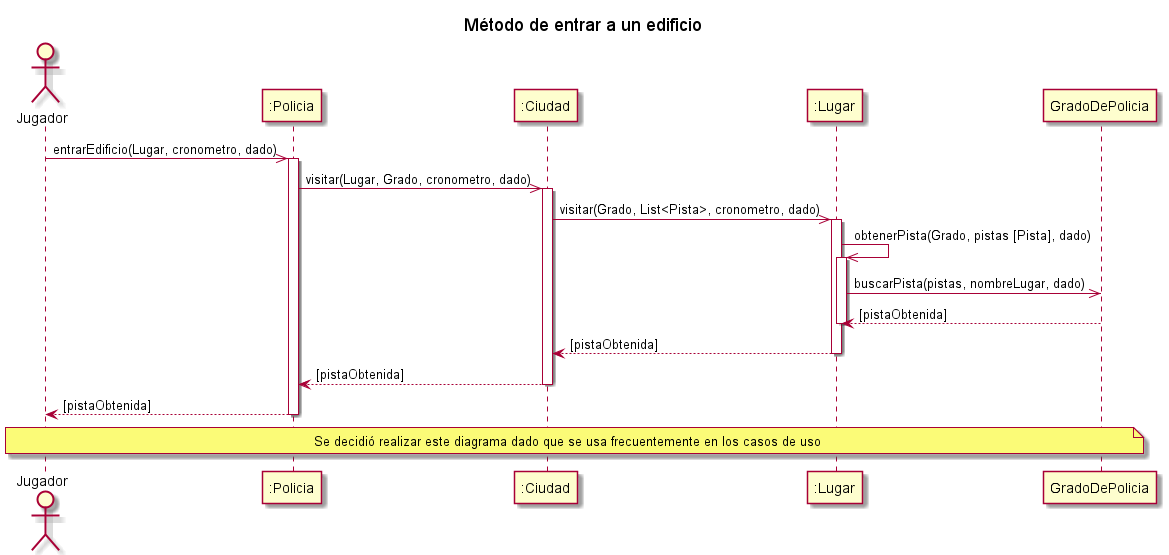
kmu01/Algo3_tp2 keeps this PlantUML diagram as diagrams/sequences/entrega2/DS_EntrarEdificio.png. Above is the earlier version. The source it was exported from:
```plantuml
@startuml
title Método de entrar a un edificio
actor "Jugador" as AlgoThief
participant ":Policia" as Policia
participant ":Ciudad" as Ciudad
participant ":Lugar" as Lugar
participant "GradoDePolicia" as Grado
AlgoThief ->> Policia : entrarEdificio(Lugar, cronometro, dado)
activate Policia
    Policia ->> Ciudad : visitar(Lugar, Grado, cronometro, dado)
    activate Ciudad
        Ciudad ->> Lugar : visitar(Grado, List<Pista>, cronometro, dado)
        activate Lugar
            Lugar ->> Lugar : obtenerPista(Grado, pistas [Pista], dado)
            activate Lugar
                Lugar ->> Grado : buscarPista(pistas, nombreLugar, dado)
                Grado --> Lugar : [pistaObtenida]
            deactivate Lugar
            Lugar --> Ciudad : [pistaObtenida]
        deactivate Lugar
        Ciudad --> Policia : [pistaObtenida]
    deactivate Ciudad
    Policia --> AlgoThief : [pistaObtenida]
deactivate Policia
note across: Se decidió realizar este diagrama dado que se usa frecuentemente en los casos de uso

@enduml
```
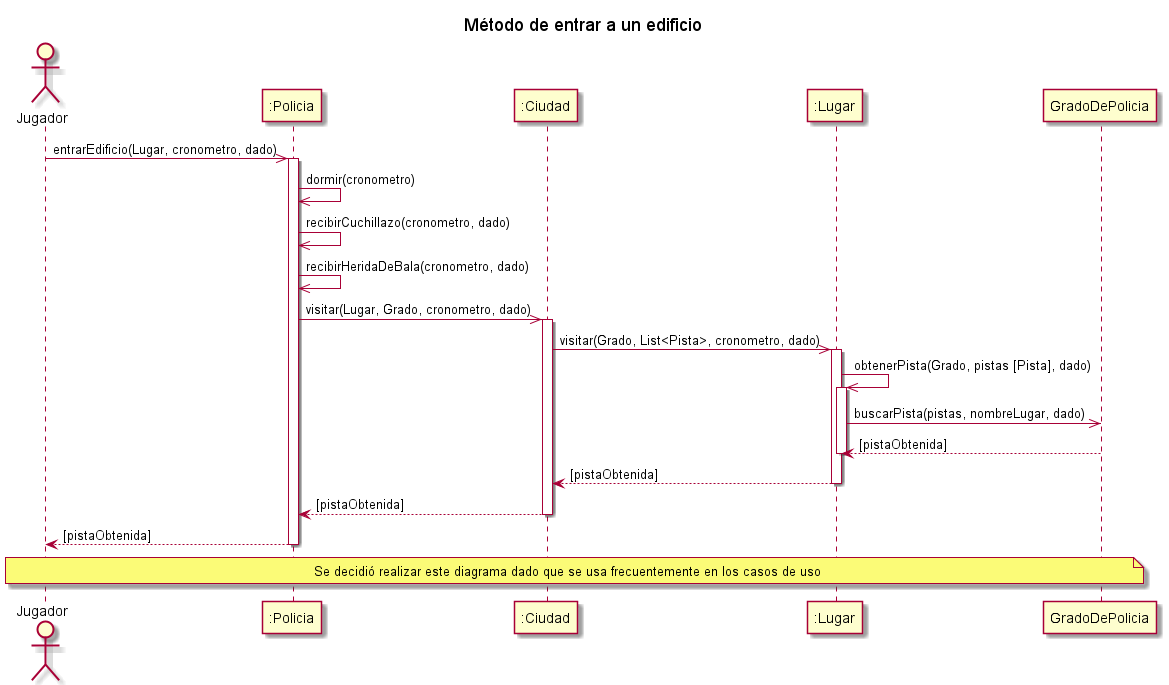
After the commit.

Change to the diagram source:
```diff
@@ -7,6 +7,9 @@
 participant "GradoDePolicia" as Grado
 AlgoThief ->> Policia : entrarEdificio(Lugar, cronometro, dado)
 activate Policia
+    Policia ->> Policia : dormir(cronometro)
+    Policia ->> Policia : recibirCuchillazo(cronometro, dado)
+    Policia ->> Policia : recibirHeridaDeBala(cronometro, dado)
     Policia ->> Ciudad : visitar(Lugar, Grado, cronometro, dado)
     activate Ciudad
         Ciudad ->> Lugar : visitar(Grado, List<Pista>, cronometro, dado)
```
